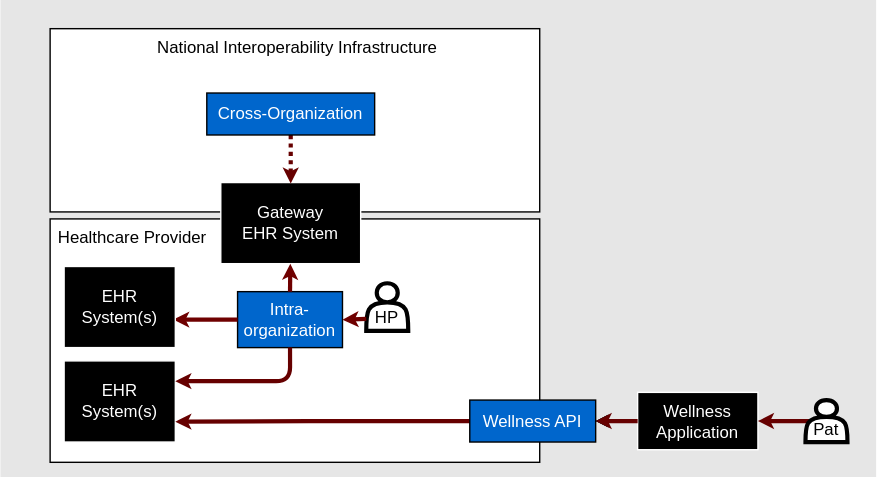
The draw.io diagram input/images/environment-intra-healthcare-provider.drawio.svg in euridice-org/eu-health-data-api, before a commit. Source tidied: cells renumbered, new cells last; positions are measured from the earlier drawing's top-left corner, leaving out a move shared by most shapes. Source of this version:
```xml
<mxGraphModel>
  <root>
    <mxCell id="0" />
    <mxCell id="1" parent="0" />
    <mxCell id="2" style="whiteSpace=wrap;html=1;fillColor=#E6E6E6;strokeColor=#E6E6E6;verticalAlign=top;" parent="1" vertex="1">
      <mxGeometry width="625" height="340" as="geometry" />
    </mxCell>
    <mxCell id="3" value="&lt;span style=&quot;color: rgb(0, 0, 0);&quot;&gt;National Interoperability Infrastructure&lt;/span&gt;" style="whiteSpace=wrap;html=1;verticalAlign=top;align=center;spacingLeft=4;" parent="1" vertex="1">
      <mxGeometry x="35" y="20" width="350" height="131" as="geometry" />
    </mxCell>
    <mxCell id="4" value="Healthcare Provider" style="whiteSpace=wrap;html=1;verticalAlign=top;align=left;spacingLeft=4;" parent="1" vertex="1">
      <mxGeometry x="35" y="156" width="350" height="174" as="geometry" />
    </mxCell>
    <mxCell id="5" value="&lt;font color=&quot;#ffffff&quot;&gt;Intra-organization&lt;/font&gt;" style="whiteSpace=wrap;html=1;fillColor=#0066CC;fontColor=light-dark(#fafafa, #ededed);" parent="1" vertex="1">
      <mxGeometry x="169" y="208" width="75" height="40" as="geometry" />
    </mxCell>
    <mxCell id="6" value="&lt;font color=&quot;#ffffff&quot;&gt;Gateway&lt;/font&gt;&lt;div&gt;&lt;font color=&quot;#ffffff&quot;&gt;EHR System&lt;/font&gt;&lt;/div&gt;" style="whiteSpace=wrap;html=1;strokeColor=#FFFFFF;fillColor=#000000;verticalAlign=middle;" parent="1" vertex="1">
      <mxGeometry x="157" y="130" width="100" height="58" as="geometry" />
    </mxCell>
    <mxCell id="7" style="endArrow=classic;startArrow=none;html=1;fillColor=#a20025;strokeColor=#6F0000;strokeWidth=3;endSize=2;startSize=2;startFill=0;exitX=0;exitY=0.5;exitDx=0;exitDy=0;entryX=0.981;entryY=0.655;entryDx=0;entryDy=0;entryPerimeter=0;" parent="1" edge="1" source="5" target="14">
      <mxGeometry relative="1" as="geometry" />
    </mxCell>
    <mxCell id="8" style="edgeStyle=none;html=1;" parent="1" edge="1" source="10" target="22">
      <mxGeometry relative="1" as="geometry" />
    </mxCell>
    <mxCell id="9" style="edgeStyle=none;html=1;" parent="1" edge="1" source="10" target="22">
      <mxGeometry relative="1" as="geometry" />
    </mxCell>
    <mxCell id="10" value="&lt;font color=&quot;#ffffff&quot;&gt;Wellness&lt;/font&gt;&lt;div&gt;&lt;font color=&quot;#ffffff&quot;&gt;Application&lt;/font&gt;&lt;/div&gt;" style="whiteSpace=wrap;html=1;strokeColor=#FFFFFF;fillColor=#000000;verticalAlign=middle;" parent="1" vertex="1">
      <mxGeometry x="455" y="280" width="86" height="41" as="geometry" />
    </mxCell>
    <mxCell id="11" style="edgeStyle=orthogonalEdgeStyle;html=1;exitX=0.5;exitY=1;exitDx=0;exitDy=0;strokeColor=#660000;strokeWidth=3;endSize=2;startSize=2;dashed=1;dashPattern=1 1;entryX=0.5;entryY=0.013;entryDx=0;entryDy=0;entryPerimeter=0;" parent="1" edge="1" source="12" target="6">
      <mxGeometry relative="1" as="geometry" />
    </mxCell>
    <mxCell id="12" value="&lt;font style=&quot;color: rgb(255, 255, 255);&quot;&gt;Cross-Organization&lt;br&gt;&lt;/font&gt;" style="whiteSpace=wrap;html=1;fillColor=#0066CC;fontColor=light-dark(#fafafa, #ededed);" parent="1" vertex="1">
      <mxGeometry x="147" y="66" width="120" height="30" as="geometry" />
    </mxCell>
    <mxCell id="13" style="endArrow=classic;startArrow=none;html=1;fillColor=#a20025;strokeColor=#6F0000;strokeWidth=3;endSize=2;startSize=2;startFill=0;exitX=0.5;exitY=0;exitDx=0;exitDy=0;" parent="1" edge="1" source="5" target="6">
      <mxGeometry relative="1" as="geometry" />
    </mxCell>
    <mxCell id="14" value="&lt;font color=&quot;#ffffff&quot;&gt;EHR System(s)&lt;/font&gt;" style="whiteSpace=wrap;html=1;strokeColor=#FFFFFF;fillColor=#000000;verticalAlign=middle;" parent="1" vertex="1">
      <mxGeometry x="45" y="190" width="79.5" height="58" as="geometry" />
    </mxCell>
    <mxCell id="15" value="&lt;font color=&quot;#ffffff&quot;&gt;EHR System(s)&lt;/font&gt;" style="whiteSpace=wrap;html=1;strokeColor=#FFFFFF;fillColor=#000000;verticalAlign=middle;" parent="1" vertex="1">
      <mxGeometry x="45" y="257.5" width="79.5" height="58" as="geometry" />
    </mxCell>
    <mxCell id="16" style="edgeStyle=orthogonalEdgeStyle;html=1;exitX=0.5;exitY=1;exitDx=0;exitDy=0;entryX=1;entryY=0.25;entryDx=0;entryDy=0;strokeColor=#660000;strokeWidth=3;endSize=2;startSize=2;" parent="1" edge="1" source="5" target="15">
      <mxGeometry relative="1" as="geometry" />
    </mxCell>
    <mxCell id="17" value="HP" style="shape=actor;whiteSpace=wrap;html=1;verticalAlign=bottom;strokeWidth=3;labelPosition=center;verticalLabelPosition=middle;align=center;" parent="1" vertex="1">
      <mxGeometry x="261" y="202" width="30" height="34" as="geometry" />
    </mxCell>
    <mxCell id="18" style="endArrow=classic;html=1;entryX=1;entryY=0.5;entryDx=0;entryDy=0;fillColor=#a20025;strokeColor=#6F0000;strokeWidth=3;endSize=2;startSize=2;exitX=0;exitY=0.75;exitDx=0;exitDy=0;" parent="1" edge="1" source="17" target="5">
      <mxGeometry relative="1" as="geometry" />
    </mxCell>
    <mxCell id="19" style="edgeStyle=orthogonalEdgeStyle;html=1;exitX=0.1;exitY=0.5;exitDx=0;exitDy=0;entryX=1;entryY=0.5;entryDx=0;entryDy=0;strokeColor=#660000;strokeWidth=3;endSize=2;startSize=2;exitPerimeter=0;" parent="1" edge="1" source="23" target="10">
      <mxGeometry relative="1" as="geometry" />
    </mxCell>
    <mxCell id="20" style="edgeStyle=orthogonalEdgeStyle;html=1;exitX=0;exitY=0.5;exitDx=0;exitDy=0;entryX=1;entryY=0.75;entryDx=0;entryDy=0;strokeColor=#660000;strokeWidth=3;endSize=2;startSize=2;" parent="1" edge="1" source="22" target="15">
      <mxGeometry relative="1" as="geometry" />
    </mxCell>
    <mxCell id="21" style="edgeStyle=orthogonalEdgeStyle;html=1;exitX=0;exitY=0.5;exitDx=0;exitDy=0;entryX=1;entryY=0.5;entryDx=0;entryDy=0;strokeColor=#660000;strokeWidth=3;endSize=2;startSize=2;" parent="1" edge="1" source="10" target="22">
      <mxGeometry relative="1" as="geometry" />
    </mxCell>
    <mxCell id="22" value="&lt;font style=&quot;color: rgb(255, 255, 255);&quot;&gt;Wellness API&lt;br&gt;&lt;/font&gt;" style="whiteSpace=wrap;html=1;fillColor=#0066CC;fontColor=light-dark(#fafafa, #ededed);" parent="1" vertex="1">
      <mxGeometry x="335" y="285.5" width="90" height="30" as="geometry" />
    </mxCell>
    <mxCell id="23" value="Pat" style="shape=actor;whiteSpace=wrap;html=1;verticalAlign=bottom;strokeWidth=3;labelPosition=center;verticalLabelPosition=middle;align=center;" parent="1" vertex="1">
      <mxGeometry x="575" y="285.5" width="30" height="30" as="geometry" />
    </mxCell>
  </root>
</mxGraphModel>
```
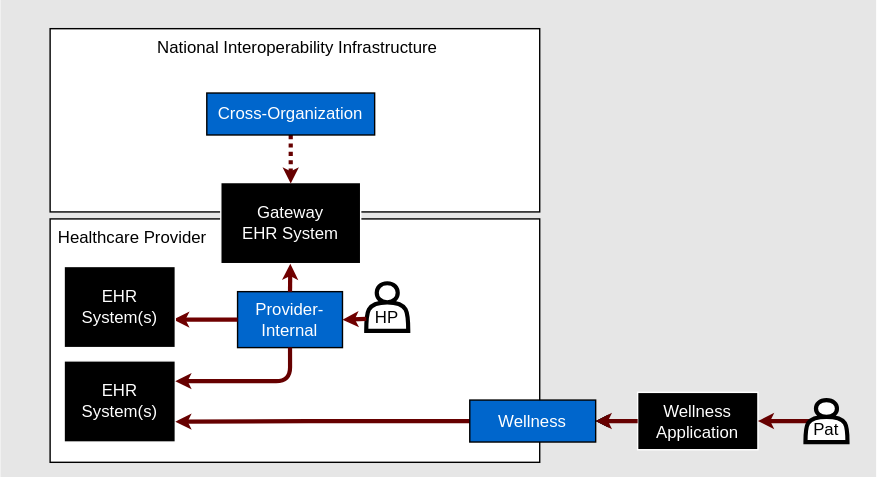
Later version of the same file.

What changed in the source:
```diff
@@ -11,7 +11,7 @@
     <mxCell id="4" value="Healthcare Provider" style="whiteSpace=wrap;html=1;verticalAlign=top;align=left;spacingLeft=4;" parent="1" vertex="1">
       <mxGeometry x="35" y="156" width="350" height="174" as="geometry" />
     </mxCell>
-    <mxCell id="5" value="&lt;font color=&quot;#ffffff&quot;&gt;Intra-organization&lt;/font&gt;" style="whiteSpace=wrap;html=1;fillColor=#0066CC;fontColor=light-dark(#fafafa, #ededed);" parent="1" vertex="1">
+    <mxCell id="5" value="&lt;font color=&quot;#ffffff&quot;&gt;Provider-Internal&lt;/font&gt;" style="whiteSpace=wrap;html=1;fillColor=#0066CC;fontColor=light-dark(#fafafa, #ededed);" parent="1" vertex="1">
       <mxGeometry x="169" y="208" width="75" height="40" as="geometry" />
     </mxCell>
     <mxCell id="6" value="&lt;font color=&quot;#ffffff&quot;&gt;Gateway&lt;/font&gt;&lt;div&gt;&lt;font color=&quot;#ffffff&quot;&gt;EHR System&lt;/font&gt;&lt;/div&gt;" style="whiteSpace=wrap;html=1;strokeColor=#FFFFFF;fillColor=#000000;verticalAlign=middle;" parent="1" vertex="1">
@@ -62,7 +62,7 @@
     <mxCell id="21" style="edgeStyle=orthogonalEdgeStyle;html=1;exitX=0;exitY=0.5;exitDx=0;exitDy=0;entryX=1;entryY=0.5;entryDx=0;entryDy=0;strokeColor=#660000;strokeWidth=3;endSize=2;startSize=2;" parent="1" edge="1" source="10" target="22">
       <mxGeometry relative="1" as="geometry" />
     </mxCell>
-    <mxCell id="22" value="&lt;font style=&quot;color: rgb(255, 255, 255);&quot;&gt;Wellness API&lt;br&gt;&lt;/font&gt;" style="whiteSpace=wrap;html=1;fillColor=#0066CC;fontColor=light-dark(#fafafa, #ededed);" parent="1" vertex="1">
+    <mxCell id="22" value="&lt;font style=&quot;color: rgb(255, 255, 255);&quot;&gt;Wellness&lt;br&gt;&lt;/font&gt;" style="whiteSpace=wrap;html=1;fillColor=#0066CC;fontColor=light-dark(#fafafa, #ededed);" parent="1" vertex="1">
       <mxGeometry x="335" y="285.5" width="90" height="30" as="geometry" />
     </mxCell>
     <mxCell id="23" value="Pat" style="shape=actor;whiteSpace=wrap;html=1;verticalAlign=bottom;strokeWidth=3;labelPosition=center;verticalLabelPosition=middle;align=center;" parent="1" vertex="1">
```
